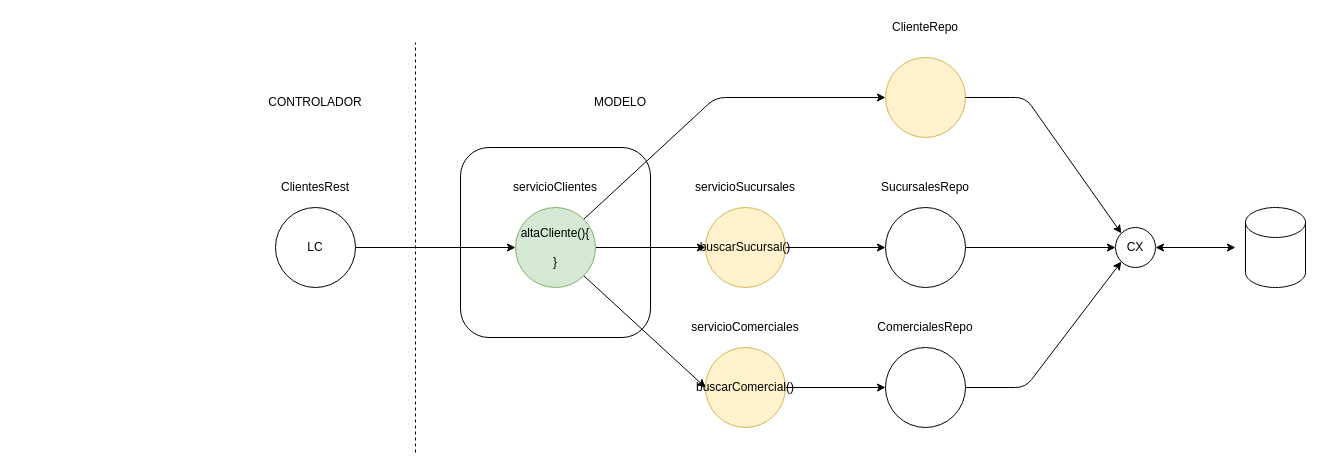
Above: page "Página-1" (1 of 10) of tdd.drawio in lrag/TDD (draw.io), before the change. Source tidied: cells renumbered, new cells numbered last; positions are measured from the earlier drawing's top-left corner, leaving out a move shared by most shapes. Both pictures are drawn from the tidied source at 100%, with x=0, y=0 at pixel (275, 17).
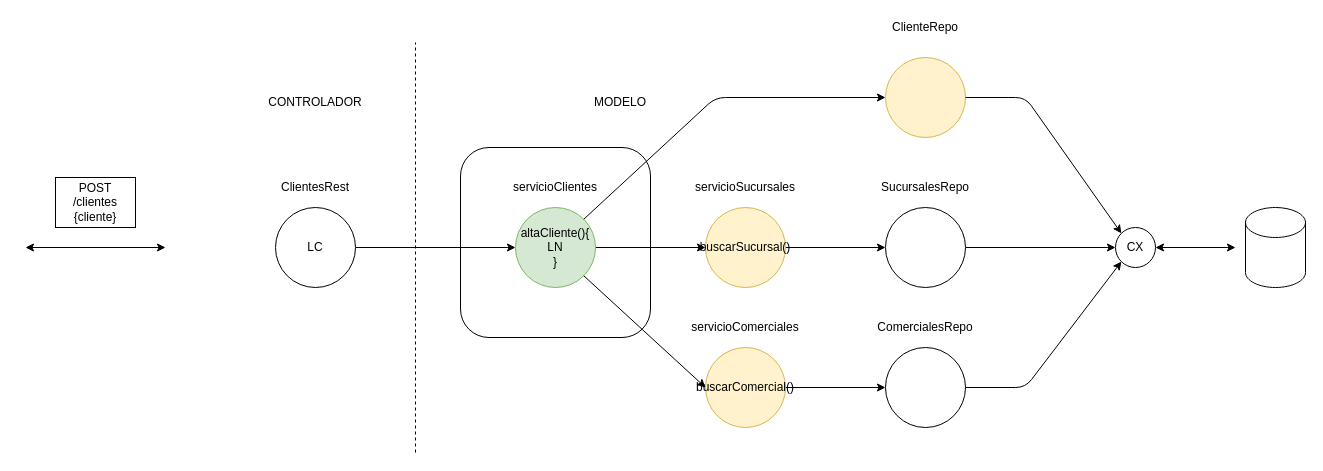
Above is the later version.

Diff of the diagram source:
```diff
@@
-    <mxCell id="4" value="altaCliente(){&lt;br&gt;&lt;br&gt;}" style="ellipse;whiteSpace=wrap;html=1;fillColor=#d5e8d4;strokeColor=#82b366;" parent="1" vertex="1">
+    <mxCell id="4" value="altaCliente(){&lt;br&gt;LN&lt;br&gt;}" style="ellipse;whiteSpace=wrap;html=1;fillColor=#d5e8d4;strokeColor=#82b366;" parent="1" vertex="1">
       <mxGeometry x="240" y="190" width="80" height="80" as="geometry" />
     </mxCell>
@@
+    <mxCell id="32" style="endArrow=classic;startArrow=classic;html=1;rounded=0;" parent="1" edge="1">
+      <mxGeometry relative="1" as="geometry">
+        <mxPoint x="-250" y="230" as="sourcePoint" />
+        <mxPoint x="-110" y="230" as="targetPoint" />
+      </mxGeometry>
+    </mxCell>
+    <mxCell id="33" value="POST /clientes&lt;br&gt;{cliente}" style="rounded=0;whiteSpace=wrap;html=1;" parent="1" vertex="1">
+      <mxGeometry x="-220" y="160" width="80" height="50" as="geometry" />
+    </mxCell>
```
